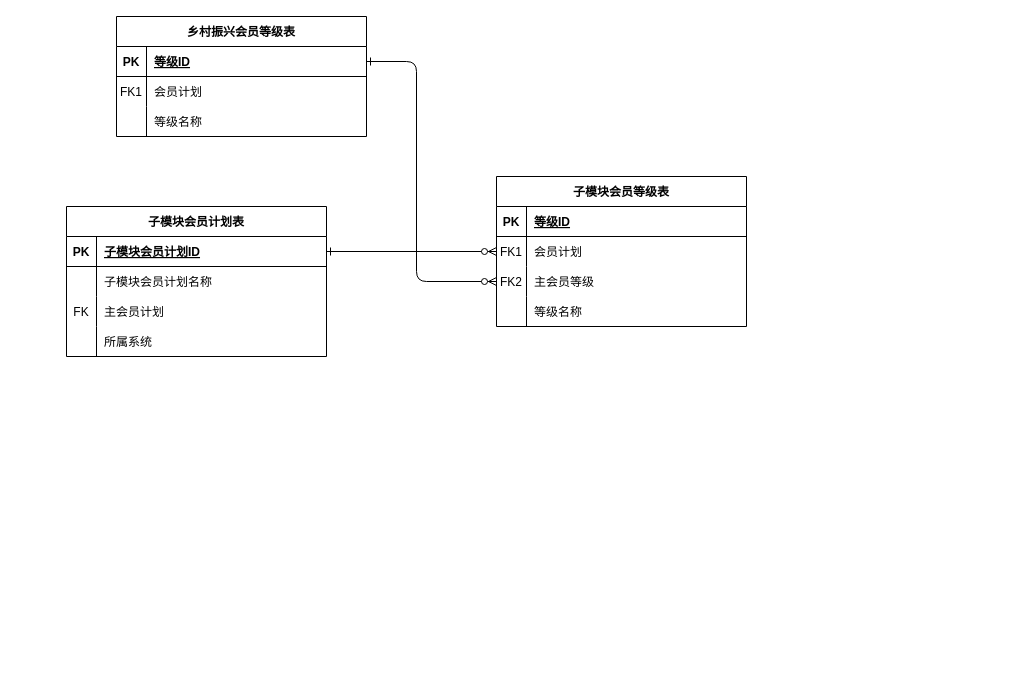
Earlier version of the draw.io diagram 未命名绘图.drawio (NASApilot/ACO). Source tidied: cells renumbered, new cells numbered last; positions are measured from the earlier drawing's top-left corner, leaving out a move shared by most shapes. Both pictures are drawn from the tidied source at 100%, with x=0, y=0 at pixel (66, 16).
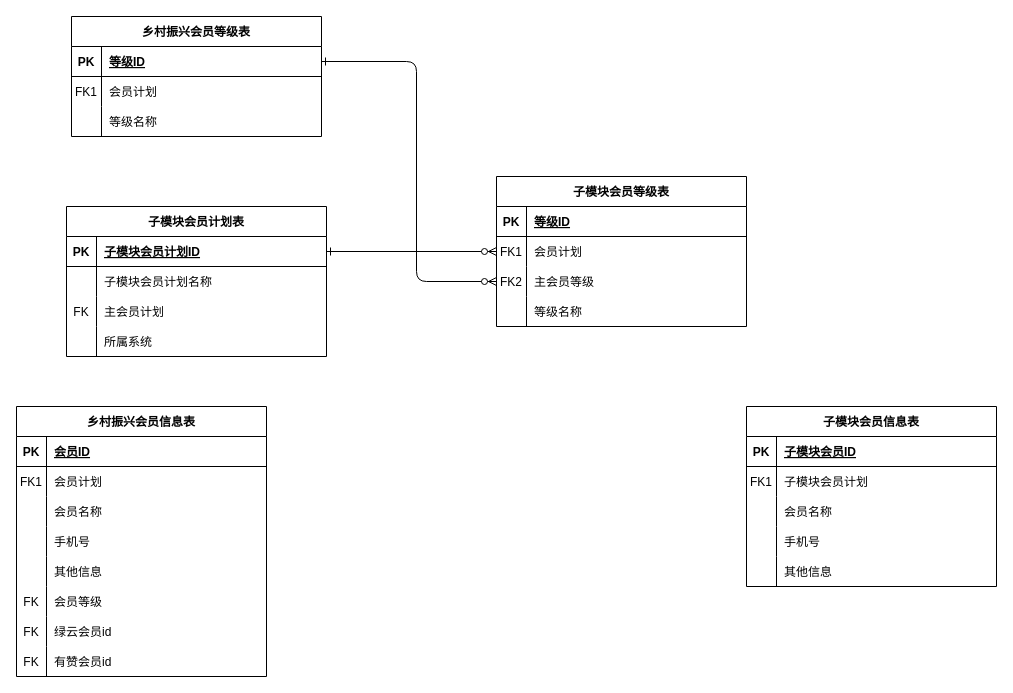
The same page after the edit.

Diff of the diagram source:
```diff
@@
     <mxCell id="28" value="乡村振兴会员等级表" style="shape=table;startSize=30;childLayout=tableLayout;rowLines=0;fontStyle=1;align=center;" parent="1" vertex="1">
-      <mxGeometry x="50" width="250" height="120" as="geometry" />
+      <mxGeometry x="5" width="250" height="120" as="geometry" />
     </mxCell>
@@
+    <mxCell id="40" value="乡村振兴会员信息表" style="shape=table;startSize=30;childLayout=tableLayout;rowLines=0;fontStyle=1;align=center;" parent="1" vertex="1">
+      <mxGeometry x="-50" y="390" width="250" height="270" as="geometry" />
+    </mxCell>
+    <mxCell id="41" style="shape=partialRectangle;fillColor=none;top=0;left=0;right=0;bottom=1;" parent="40" vertex="1">
+      <mxGeometry y="30" width="250" height="30" as="geometry" />
+    </mxCell>
+    <mxCell id="42" value="PK" style="shape=partialRectangle;overflow=hidden;fillColor=none;top=0;left=0;bottom=0;right=0;fontStyle=1;" parent="41" vertex="1">
+      <mxGeometry width="30" height="30" as="geometry" />
+    </mxCell>
+    <mxCell id="43" value="会员ID" style="shape=partialRectangle;overflow=hidden;fillColor=none;top=0;left=0;bottom=0;right=0;align=left;spacingLeft=6;fontStyle=5;" parent="41" vertex="1">
+      <mxGeometry x="30" width="220" height="30" as="geometry" />
+    </mxCell>
+    <mxCell id="44" style="shape=partialRectangle;fillColor=none;top=0;left=0;right=0;bottom=0;" parent="40" vertex="1">
+      <mxGeometry y="60" width="250" height="30" as="geometry" />
+    </mxCell>
+    <mxCell id="45" value="FK1" style="shape=partialRectangle;overflow=hidden;fillColor=none;top=0;left=0;bottom=0;right=0;" parent="44" vertex="1">
+      <mxGeometry width="30" height="30" as="geometry" />
+    </mxCell>
+    <mxCell id="46" value="会员计划" style="shape=partialRectangle;overflow=hidden;fillColor=none;top=0;left=0;bottom=0;right=0;align=left;spacingLeft=6;" parent="44" vertex="1">
+      <mxGeometry x="30" width="220" height="30" as="geometry" />
+    </mxCell>
+    <mxCell id="47" style="shape=partialRectangle;fillColor=none;top=0;left=0;right=0;bottom=0;" parent="40" vertex="1">
+      <mxGeometry y="90" width="250" height="30" as="geometry" />
+    </mxCell>
+    <mxCell id="48" style="shape=partialRectangle;overflow=hidden;fillColor=none;top=0;left=0;bottom=0;right=0;" parent="47" vertex="1">
+      <mxGeometry width="30" height="30" as="geometry" />
+    </mxCell>
+    <mxCell id="49" value="会员名称" style="shape=partialRectangle;overflow=hidden;fillColor=none;top=0;left=0;bottom=0;right=0;align=left;spacingLeft=6;" parent="47" vertex="1">
+      <mxGeometry x="30" width="220" height="30" as="geometry" />
+    </mxCell>
+    <mxCell id="50" style="shape=partialRectangle;fillColor=none;top=0;left=0;right=0;bottom=0;" parent="40" vertex="1">
+      <mxGeometry y="120" width="250" height="30" as="geometry" />
+    </mxCell>
+    <mxCell id="51" style="shape=partialRectangle;overflow=hidden;fillColor=none;top=0;left=0;bottom=0;right=0;" parent="50" vertex="1">
+      <mxGeometry width="30" height="30" as="geometry" />
+    </mxCell>
+    <mxCell id="52" value="手机号" style="shape=partialRectangle;overflow=hidden;fillColor=none;top=0;left=0;bottom=0;right=0;align=left;spacingLeft=6;" parent="50" vertex="1">
+      <mxGeometry x="30" width="220" height="30" as="geometry" />
+    </mxCell>
+    <mxCell id="53" style="shape=partialRectangle;fillColor=none;top=0;left=0;right=0;bottom=0;" parent="40" vertex="1">
+      <mxGeometry y="150" width="250" height="30" as="geometry" />
+    </mxCell>
+    <mxCell id="54" style="shape=partialRectangle;overflow=hidden;fillColor=none;top=0;left=0;bottom=0;right=0;" parent="53" vertex="1">
+      <mxGeometry width="30" height="30" as="geometry" />
+    </mxCell>
+    <mxCell id="55" value="其他信息" style="shape=partialRectangle;overflow=hidden;fillColor=none;top=0;left=0;bottom=0;right=0;align=left;spacingLeft=6;" parent="53" vertex="1">
+      <mxGeometry x="30" width="220" height="30" as="geometry" />
+    </mxCell>
+    <mxCell id="56" style="shape=partialRectangle;fillColor=none;top=0;left=0;right=0;bottom=0;" parent="40" vertex="1">
+      <mxGeometry y="180" width="250" height="30" as="geometry" />
+    </mxCell>
+    <mxCell id="57" value="FK" style="shape=partialRectangle;overflow=hidden;fillColor=none;top=0;left=0;bottom=0;right=0;" parent="56" vertex="1">
+      <mxGeometry width="30" height="30" as="geometry" />
+    </mxCell>
+    <mxCell id="58" value="会员等级" style="shape=partialRectangle;overflow=hidden;fillColor=none;top=0;left=0;bottom=0;right=0;align=left;spacingLeft=6;" parent="56" vertex="1">
+      <mxGeometry x="30" width="220" height="30" as="geometry" />
+    </mxCell>
+    <mxCell id="59" style="shape=partialRectangle;fillColor=none;top=0;left=0;right=0;bottom=0;" parent="40" vertex="1">
+      <mxGeometry y="210" width="250" height="30" as="geometry" />
+    </mxCell>
+    <mxCell id="60" value="FK" style="shape=partialRectangle;overflow=hidden;fillColor=none;top=0;left=0;bottom=0;right=0;" parent="59" vertex="1">
+      <mxGeometry width="30" height="30" as="geometry" />
+    </mxCell>
+    <mxCell id="61" value="绿云会员id" style="shape=partialRectangle;overflow=hidden;fillColor=none;top=0;left=0;bottom=0;right=0;align=left;spacingLeft=6;" parent="59" vertex="1">
+      <mxGeometry x="30" width="220" height="30" as="geometry" />
+    </mxCell>
+    <mxCell id="62" style="shape=partialRectangle;fillColor=none;top=0;left=0;right=0;bottom=0;" parent="40" vertex="1">
+      <mxGeometry y="240" width="250" height="30" as="geometry" />
+    </mxCell>
+    <mxCell id="63" value="FK" style="shape=partialRectangle;overflow=hidden;fillColor=none;top=0;left=0;bottom=0;right=0;" parent="62" vertex="1">
+      <mxGeometry width="30" height="30" as="geometry" />
+    </mxCell>
+    <mxCell id="64" value="有赞会员id" style="shape=partialRectangle;overflow=hidden;fillColor=none;top=0;left=0;bottom=0;right=0;align=left;spacingLeft=6;" parent="62" vertex="1">
+      <mxGeometry x="30" width="220" height="30" as="geometry" />
+    </mxCell>
+    <mxCell id="65" value="子模块会员信息表" style="shape=table;startSize=30;childLayout=tableLayout;rowLines=0;fontStyle=1;align=center;" parent="1" vertex="1">
+      <mxGeometry x="680" y="390" width="250" height="180" as="geometry" />
+    </mxCell>
+    <mxCell id="66" style="shape=partialRectangle;fillColor=none;top=0;left=0;right=0;bottom=1;" parent="65" vertex="1">
+      <mxGeometry y="30" width="250" height="30" as="geometry" />
+    </mxCell>
+    <mxCell id="67" value="PK" style="shape=partialRectangle;overflow=hidden;fillColor=none;top=0;left=0;bottom=0;right=0;fontStyle=1;" parent="66" vertex="1">
+      <mxGeometry width="30" height="30" as="geometry" />
+    </mxCell>
+    <mxCell id="68" value="子模块会员ID" style="shape=partialRectangle;overflow=hidden;fillColor=none;top=0;left=0;bottom=0;right=0;align=left;spacingLeft=6;fontStyle=5;" parent="66" vertex="1">
+      <mxGeometry x="30" width="220" height="30" as="geometry" />
+    </mxCell>
+    <mxCell id="69" style="shape=partialRectangle;fillColor=none;top=0;left=0;right=0;bottom=0;" parent="65" vertex="1">
+      <mxGeometry y="60" width="250" height="30" as="geometry" />
+    </mxCell>
+    <mxCell id="70" value="FK1" style="shape=partialRectangle;overflow=hidden;fillColor=none;top=0;left=0;bottom=0;right=0;" parent="69" vertex="1">
+      <mxGeometry width="30" height="30" as="geometry" />
+    </mxCell>
+    <mxCell id="71" value="子模块会员计划" style="shape=partialRectangle;overflow=hidden;fillColor=none;top=0;left=0;bottom=0;right=0;align=left;spacingLeft=6;" parent="69" vertex="1">
+      <mxGeometry x="30" width="220" height="30" as="geometry" />
+    </mxCell>
+    <mxCell id="72" style="shape=partialRectangle;fillColor=none;top=0;left=0;right=0;bottom=0;" parent="65" vertex="1">
+      <mxGeometry y="90" width="250" height="30" as="geometry" />
+    </mxCell>
+    <mxCell id="73" style="shape=partialRectangle;overflow=hidden;fillColor=none;top=0;left=0;bottom=0;right=0;" parent="72" vertex="1">
+      <mxGeometry width="30" height="30" as="geometry" />
+    </mxCell>
+    <mxCell id="74" value="会员名称" style="shape=partialRectangle;overflow=hidden;fillColor=none;top=0;left=0;bottom=0;right=0;align=left;spacingLeft=6;" parent="72" vertex="1">
+      <mxGeometry x="30" width="220" height="30" as="geometry" />
+    </mxCell>
+    <mxCell id="75" style="shape=partialRectangle;fillColor=none;top=0;left=0;right=0;bottom=0;" parent="65" vertex="1">
+      <mxGeometry y="120" width="250" height="30" as="geometry" />
+    </mxCell>
+    <mxCell id="76" style="shape=partialRectangle;overflow=hidden;fillColor=none;top=0;left=0;bottom=0;right=0;" parent="75" vertex="1">
+      <mxGeometry width="30" height="30" as="geometry" />
+    </mxCell>
+    <mxCell id="77" value="手机号" style="shape=partialRectangle;overflow=hidden;fillColor=none;top=0;left=0;bottom=0;right=0;align=left;spacingLeft=6;" parent="75" vertex="1">
+      <mxGeometry x="30" width="220" height="30" as="geometry" />
+    </mxCell>
+    <mxCell id="78" style="shape=partialRectangle;fillColor=none;top=0;left=0;right=0;bottom=0;" parent="65" vertex="1">
+      <mxGeometry y="150" width="250" height="30" as="geometry" />
+    </mxCell>
+    <mxCell id="79" style="shape=partialRectangle;overflow=hidden;fillColor=none;top=0;left=0;bottom=0;right=0;" parent="78" vertex="1">
+      <mxGeometry width="30" height="30" as="geometry" />
+    </mxCell>
+    <mxCell id="80" value="其他信息" style="shape=partialRectangle;overflow=hidden;fillColor=none;top=0;left=0;bottom=0;right=0;align=left;spacingLeft=6;" parent="78" vertex="1">
+      <mxGeometry x="30" width="220" height="30" as="geometry" />
+    </mxCell>
```
